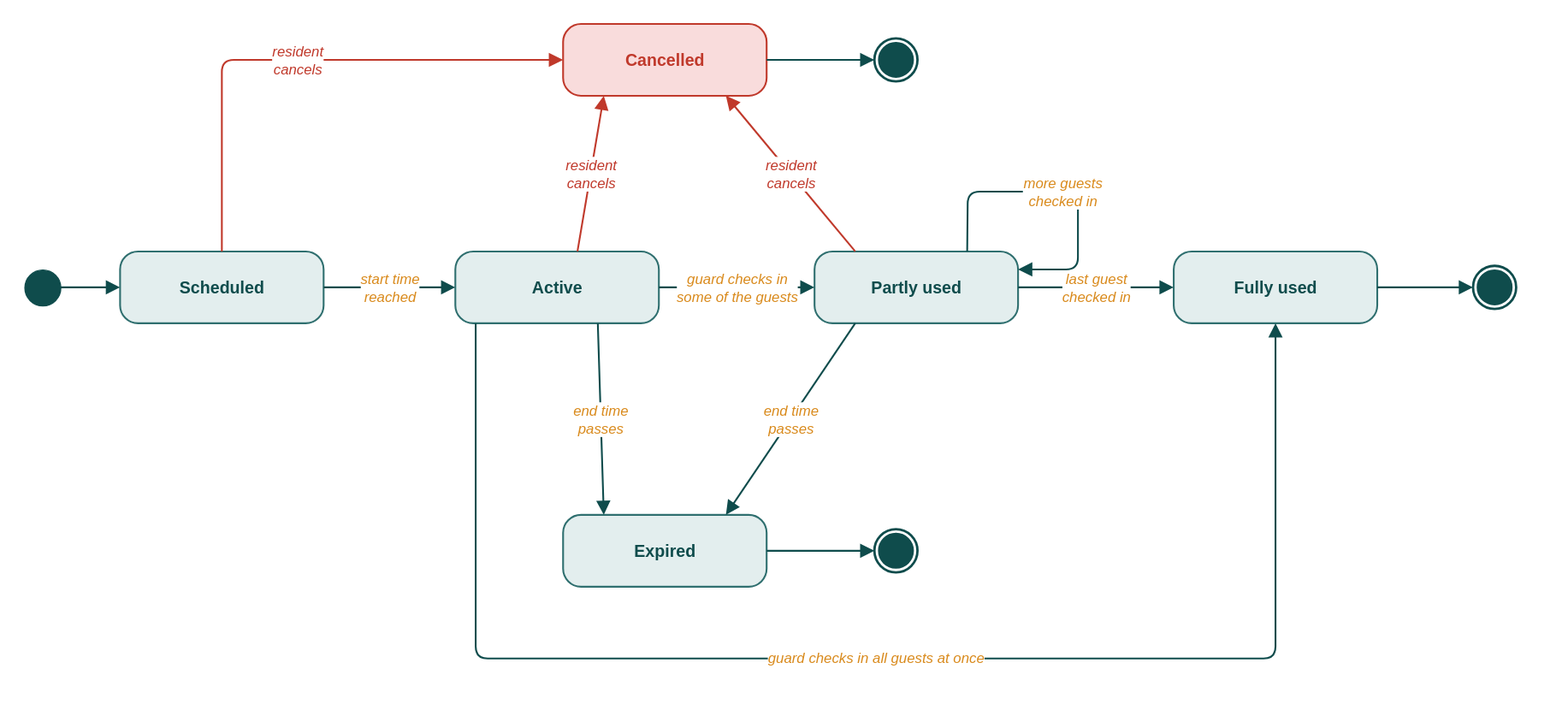
This is diagrams/resident/resident-state-2-guest-pass.drawio.svg from iammahir2020/BariBondhu-Apartment-Building-Management-System, a draw.io export, as it was before one commit. Source tidied: cells renumbered, new cells last; positions are measured from the earlier drawing's top-left corner, leaving out a move shared by most shapes. Source of this version:
```xml
<mxGraphModel>
  <root>
    <mxCell id="0" />
    <mxCell id="1" parent="0" />
    <mxCell id="2" style="ellipse;html=1;fillColor=#0F4C4C;strokeColor=#0F4C4C;" parent="1" vertex="1">
      <mxGeometry y="205" width="30" height="30" as="geometry" />
    </mxCell>
    <mxCell id="3" value="Scheduled" style="rounded=1;arcSize=25;whiteSpace=wrap;html=1;fillColor=#E3EEEE;strokeColor=#2F6F6F;strokeWidth=1.5;fontStyle=1;fontSize=14;fontColor=#0F4C4C;fontFamily=Helvetica;" parent="1" vertex="1">
      <mxGeometry x="80" y="190" width="170" height="60" as="geometry" />
    </mxCell>
    <mxCell id="4" value="Active" style="rounded=1;arcSize=25;whiteSpace=wrap;html=1;fillColor=#E3EEEE;strokeColor=#2F6F6F;strokeWidth=1.5;fontStyle=1;fontSize=14;fontColor=#0F4C4C;fontFamily=Helvetica;" parent="1" vertex="1">
      <mxGeometry x="360" y="190" width="170" height="60" as="geometry" />
    </mxCell>
    <mxCell id="5" value="Partly used" style="rounded=1;arcSize=25;whiteSpace=wrap;html=1;fillColor=#E3EEEE;strokeColor=#2F6F6F;strokeWidth=1.5;fontStyle=1;fontSize=14;fontColor=#0F4C4C;fontFamily=Helvetica;" parent="1" vertex="1">
      <mxGeometry x="660" y="190" width="170" height="60" as="geometry" />
    </mxCell>
    <mxCell id="6" value="Fully used" style="rounded=1;arcSize=25;whiteSpace=wrap;html=1;fillColor=#E3EEEE;strokeColor=#2F6F6F;strokeWidth=1.5;fontStyle=1;fontSize=14;fontColor=#0F4C4C;fontFamily=Helvetica;" parent="1" vertex="1">
      <mxGeometry x="960" y="190" width="170" height="60" as="geometry" />
    </mxCell>
    <mxCell id="7" value="Cancelled" style="rounded=1;arcSize=25;whiteSpace=wrap;html=1;fillColor=#F9DCDC;strokeColor=#C0392B;strokeWidth=1.5;fontStyle=1;fontSize=14;fontColor=#C0392B;fontFamily=Helvetica;" parent="1" vertex="1">
      <mxGeometry x="450" width="170" height="60" as="geometry" />
    </mxCell>
    <mxCell id="8" value="Expired" style="rounded=1;arcSize=25;whiteSpace=wrap;html=1;fillColor=#E3EEEE;strokeColor=#2F6F6F;strokeWidth=1.5;fontStyle=1;fontSize=14;fontColor=#0F4C4C;fontFamily=Helvetica;" parent="1" vertex="1">
      <mxGeometry x="450" y="410" width="170" height="60" as="geometry" />
    </mxCell>
    <mxCell id="9" style="ellipse;html=1;shape=endState;fillColor=#0F4C4C;strokeColor=#0F4C4C;strokeWidth=2;" parent="1" vertex="1">
      <mxGeometry x="1210" y="202" width="36" height="36" as="geometry" />
    </mxCell>
    <mxCell id="10" style="ellipse;html=1;shape=endState;fillColor=#0F4C4C;strokeColor=#0F4C4C;strokeWidth=2;" parent="1" vertex="1">
      <mxGeometry x="710" y="12" width="36" height="36" as="geometry" />
    </mxCell>
    <mxCell id="11" style="ellipse;html=1;shape=endState;fillColor=#0F4C4C;strokeColor=#0F4C4C;strokeWidth=2;" parent="1" vertex="1">
      <mxGeometry x="710" y="422" width="36" height="36" as="geometry" />
    </mxCell>
    <mxCell id="12" style="endArrow=block;endFill=1;endSize=8;html=1;strokeColor=#0F4C4C;strokeWidth=1.5;fontSize=12;fontStyle=2;fontColor=#D98A1C;labelBackgroundColor=#FFFFFF;fontFamily=Helvetica;" parent="1" edge="1" source="2" target="3">
      <mxGeometry relative="1" as="geometry" />
    </mxCell>
    <mxCell id="13" value="start time&lt;br&gt;reached" style="endArrow=block;endFill=1;endSize=8;html=1;strokeColor=#0F4C4C;strokeWidth=1.5;fontSize=12;fontStyle=2;fontColor=#D98A1C;labelBackgroundColor=#FFFFFF;fontFamily=Helvetica;" parent="1" edge="1" source="3" target="4">
      <mxGeometry relative="1" as="geometry" />
    </mxCell>
    <mxCell id="14" value="guard checks in&lt;br&gt;some of the guests" style="endArrow=block;endFill=1;endSize=8;html=1;strokeColor=#0F4C4C;strokeWidth=1.5;fontSize=12;fontStyle=2;fontColor=#D98A1C;labelBackgroundColor=#FFFFFF;fontFamily=Helvetica;" parent="1" edge="1" source="4" target="5">
      <mxGeometry relative="1" as="geometry" />
    </mxCell>
    <mxCell id="15" value="more guests&lt;br&gt;checked in" style="endArrow=block;endFill=1;endSize=8;html=1;strokeColor=#0F4C4C;strokeWidth=1.5;fontSize=12;fontStyle=2;fontColor=#D98A1C;labelBackgroundColor=#FFFFFF;fontFamily=Helvetica;exitX=0.75;exitY=0;exitDx=0;exitDy=0;entryX=1;entryY=0.25;entryDx=0;entryDy=0;" parent="1" edge="1" source="5" target="5">
      <mxGeometry relative="1" as="geometry">
        <Array as="points">
          <mxPoint x="788" y="140" />
          <mxPoint x="880" y="140" />
          <mxPoint x="880" y="205" />
        </Array>
      </mxGeometry>
    </mxCell>
    <mxCell id="16" value="last guest&lt;br&gt;checked in" style="endArrow=block;endFill=1;endSize=8;html=1;strokeColor=#0F4C4C;strokeWidth=1.5;fontSize=12;fontStyle=2;fontColor=#D98A1C;labelBackgroundColor=#FFFFFF;fontFamily=Helvetica;" parent="1" edge="1" source="5" target="6">
      <mxGeometry relative="1" as="geometry" />
    </mxCell>
    <mxCell id="17" value="guard checks in all guests at once" style="endArrow=block;endFill=1;endSize=8;html=1;strokeColor=#0F4C4C;strokeWidth=1.5;fontSize=12;fontStyle=2;fontColor=#D98A1C;labelBackgroundColor=#FFFFFF;fontFamily=Helvetica;exitX=0.1;exitY=1;exitDx=0;exitDy=0;entryX=0.5;entryY=1;entryDx=0;entryDy=0;" parent="1" edge="1" source="4" target="6">
      <mxGeometry relative="1" as="geometry">
        <Array as="points">
          <mxPoint x="377" y="530" />
          <mxPoint x="1045" y="530" />
        </Array>
      </mxGeometry>
    </mxCell>
    <mxCell id="18" value="resident&lt;br&gt;cancels" style="endArrow=block;endFill=1;endSize=8;html=1;strokeColor=#C0392B;strokeWidth=1.5;fontSize=12;fontStyle=2;fontColor=#C0392B;labelBackgroundColor=#FFFFFF;fontFamily=Helvetica;exitX=0.5;exitY=0;exitDx=0;exitDy=0;entryX=0;entryY=0.5;entryDx=0;entryDy=0;" parent="1" edge="1" source="3" target="7">
      <mxGeometry relative="1" as="geometry">
        <Array as="points">
          <mxPoint x="165" y="30" />
        </Array>
      </mxGeometry>
    </mxCell>
    <mxCell id="19" value="resident&lt;br&gt;cancels" style="endArrow=block;endFill=1;endSize=8;html=1;strokeColor=#C0392B;strokeWidth=1.5;fontSize=12;fontStyle=2;fontColor=#C0392B;labelBackgroundColor=#FFFFFF;fontFamily=Helvetica;exitX=0.6;exitY=0;exitDx=0;exitDy=0;entryX=0.2;entryY=1;entryDx=0;entryDy=0;" parent="1" edge="1" source="4" target="7">
      <mxGeometry relative="1" as="geometry" />
    </mxCell>
    <mxCell id="20" value="resident&lt;br&gt;cancels" style="endArrow=block;endFill=1;endSize=8;html=1;strokeColor=#C0392B;strokeWidth=1.5;fontSize=12;fontStyle=2;fontColor=#C0392B;labelBackgroundColor=#FFFFFF;fontFamily=Helvetica;exitX=0.2;exitY=0;exitDx=0;exitDy=0;entryX=0.8;entryY=1;entryDx=0;entryDy=0;" parent="1" edge="1" source="5" target="7">
      <mxGeometry relative="1" as="geometry" />
    </mxCell>
    <mxCell id="21" value="end time&lt;br&gt;passes" style="endArrow=block;endFill=1;endSize=8;html=1;strokeColor=#0F4C4C;strokeWidth=1.5;fontSize=12;fontStyle=2;fontColor=#D98A1C;labelBackgroundColor=#FFFFFF;fontFamily=Helvetica;exitX=0.7;exitY=1;exitDx=0;exitDy=0;entryX=0.2;entryY=0;entryDx=0;entryDy=0;" parent="1" edge="1" source="4" target="8">
      <mxGeometry relative="1" as="geometry" />
    </mxCell>
    <mxCell id="22" value="end time&lt;br&gt;passes" style="endArrow=block;endFill=1;endSize=8;html=1;strokeColor=#0F4C4C;strokeWidth=1.5;fontSize=12;fontStyle=2;fontColor=#D98A1C;labelBackgroundColor=#FFFFFF;fontFamily=Helvetica;exitX=0.2;exitY=1;exitDx=0;exitDy=0;entryX=0.8;entryY=0;entryDx=0;entryDy=0;" parent="1" edge="1" source="5" target="8">
      <mxGeometry relative="1" as="geometry" />
    </mxCell>
    <mxCell id="23" style="endArrow=block;endFill=1;endSize=8;html=1;strokeColor=#0F4C4C;strokeWidth=1.5;fontSize=12;fontStyle=2;fontColor=#D98A1C;labelBackgroundColor=#FFFFFF;fontFamily=Helvetica;" parent="1" edge="1" source="6" target="9">
      <mxGeometry relative="1" as="geometry" />
    </mxCell>
    <mxCell id="24" style="endArrow=block;endFill=1;endSize=8;html=1;strokeColor=#0F4C4C;strokeWidth=1.5;fontSize=12;fontStyle=2;fontColor=#D98A1C;labelBackgroundColor=#FFFFFF;fontFamily=Helvetica;" parent="1" edge="1" source="7" target="10">
      <mxGeometry relative="1" as="geometry" />
    </mxCell>
    <mxCell id="25" style="endArrow=block;endFill=1;endSize=8;html=1;strokeColor=#0F4C4C;strokeWidth=1.5;fontSize=12;fontStyle=2;fontColor=#D98A1C;labelBackgroundColor=#FFFFFF;fontFamily=Helvetica;" parent="1" edge="1" source="8" target="11">
      <mxGeometry relative="1" as="geometry" />
    </mxCell>
  </root>
</mxGraphModel>
```
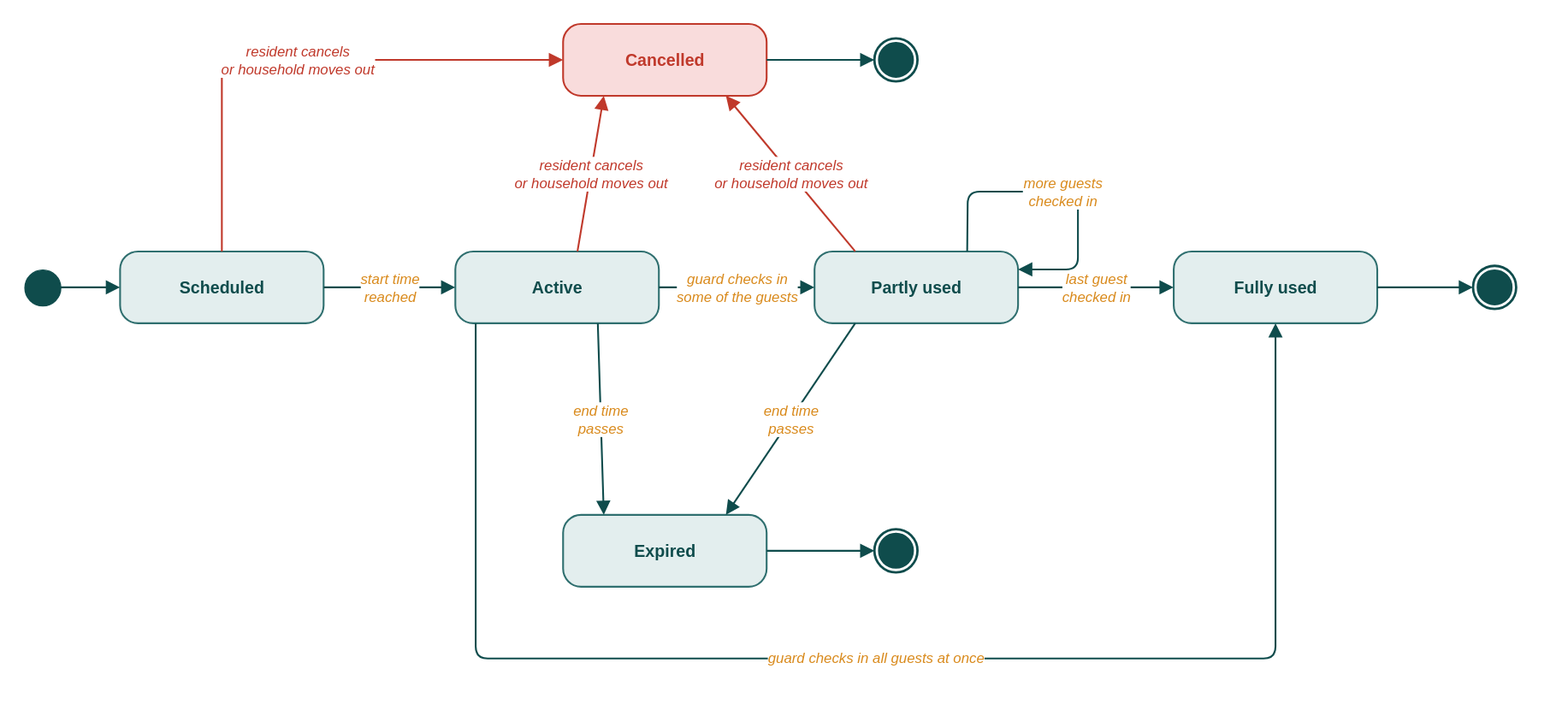
The same diagram one commit later.

Change to the diagram source:
```diff
@@ -61,17 +61,17 @@
         </Array>
       </mxGeometry>
     </mxCell>
-    <mxCell id="18" value="resident&lt;br&gt;cancels" style="endArrow=block;endFill=1;endSize=8;html=1;strokeColor=#C0392B;strokeWidth=1.5;fontSize=12;fontStyle=2;fontColor=#C0392B;labelBackgroundColor=#FFFFFF;fontFamily=Helvetica;exitX=0.5;exitY=0;exitDx=0;exitDy=0;entryX=0;entryY=0.5;entryDx=0;entryDy=0;" parent="1" edge="1" source="3" target="7">
+    <mxCell id="18" value="resident cancels&lt;br&gt;or household moves out" style="endArrow=block;endFill=1;endSize=8;html=1;strokeColor=#C0392B;strokeWidth=1.5;fontSize=12;fontStyle=2;fontColor=#C0392B;labelBackgroundColor=#FFFFFF;fontFamily=Helvetica;exitX=0.5;exitY=0;exitDx=0;exitDy=0;entryX=0;entryY=0.5;entryDx=0;entryDy=0;" parent="1" edge="1" source="3" target="7">
       <mxGeometry relative="1" as="geometry">
         <Array as="points">
           <mxPoint x="165" y="30" />
         </Array>
       </mxGeometry>
     </mxCell>
-    <mxCell id="19" value="resident&lt;br&gt;cancels" style="endArrow=block;endFill=1;endSize=8;html=1;strokeColor=#C0392B;strokeWidth=1.5;fontSize=12;fontStyle=2;fontColor=#C0392B;labelBackgroundColor=#FFFFFF;fontFamily=Helvetica;exitX=0.6;exitY=0;exitDx=0;exitDy=0;entryX=0.2;entryY=1;entryDx=0;entryDy=0;" parent="1" edge="1" source="4" target="7">
+    <mxCell id="19" value="resident cancels&lt;br&gt;or household moves out" style="endArrow=block;endFill=1;endSize=8;html=1;strokeColor=#C0392B;strokeWidth=1.5;fontSize=12;fontStyle=2;fontColor=#C0392B;labelBackgroundColor=#FFFFFF;fontFamily=Helvetica;exitX=0.6;exitY=0;exitDx=0;exitDy=0;entryX=0.2;entryY=1;entryDx=0;entryDy=0;" parent="1" edge="1" source="4" target="7">
       <mxGeometry relative="1" as="geometry" />
     </mxCell>
-    <mxCell id="20" value="resident&lt;br&gt;cancels" style="endArrow=block;endFill=1;endSize=8;html=1;strokeColor=#C0392B;strokeWidth=1.5;fontSize=12;fontStyle=2;fontColor=#C0392B;labelBackgroundColor=#FFFFFF;fontFamily=Helvetica;exitX=0.2;exitY=0;exitDx=0;exitDy=0;entryX=0.8;entryY=1;entryDx=0;entryDy=0;" parent="1" edge="1" source="5" target="7">
+    <mxCell id="20" value="resident cancels&lt;br&gt;or household moves out" style="endArrow=block;endFill=1;endSize=8;html=1;strokeColor=#C0392B;strokeWidth=1.5;fontSize=12;fontStyle=2;fontColor=#C0392B;labelBackgroundColor=#FFFFFF;fontFamily=Helvetica;exitX=0.2;exitY=0;exitDx=0;exitDy=0;entryX=0.8;entryY=1;entryDx=0;entryDy=0;" parent="1" edge="1" source="5" target="7">
       <mxGeometry relative="1" as="geometry" />
     </mxCell>
     <mxCell id="21" value="end time&lt;br&gt;passes" style="endArrow=block;endFill=1;endSize=8;html=1;strokeColor=#0F4C4C;strokeWidth=1.5;fontSize=12;fontStyle=2;fontColor=#D98A1C;labelBackgroundColor=#FFFFFF;fontFamily=Helvetica;exitX=0.7;exitY=1;exitDx=0;exitDy=0;entryX=0.2;entryY=0;entryDx=0;entryDy=0;" parent="1" edge="1" source="4" target="8">
```
